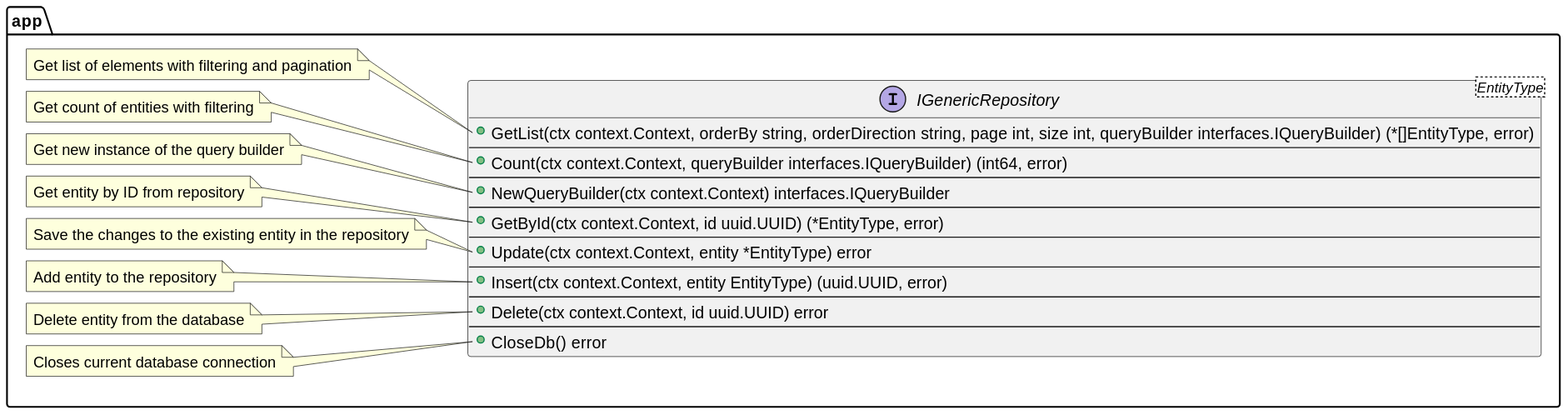
lf-edge/rol keeps this PlantUML diagram as docs/plantuml/interfaces/IGenericRepository.svg. Above is the earlier version.
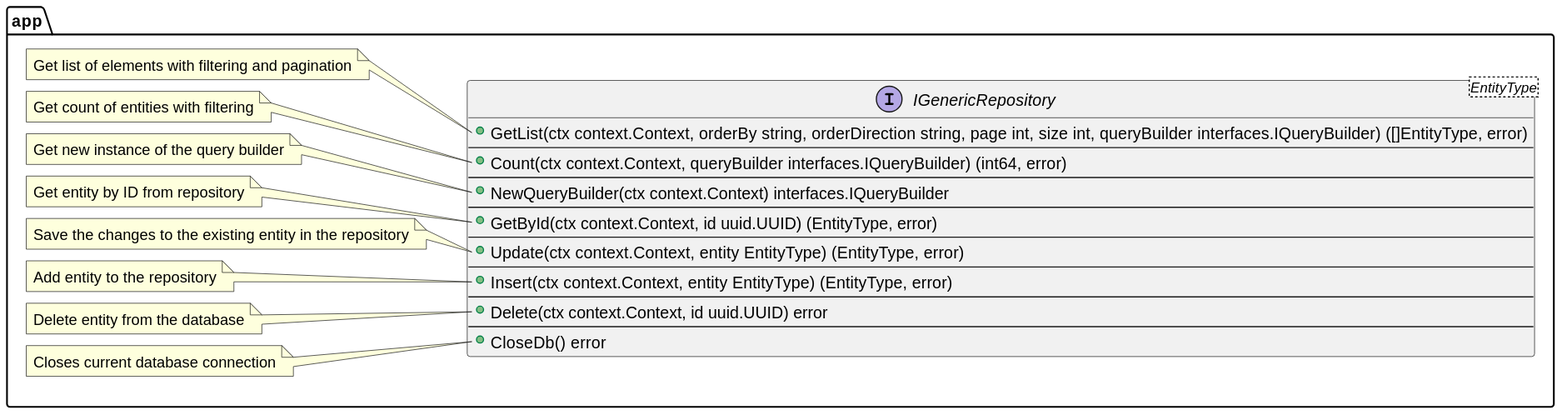
After the change.

What changed in the source:
```diff
@@ -2,17 +2,17 @@
 
 package app {
     interface IGenericRepository<EntityType> {
-        +GetList(ctx context.Context, orderBy string, orderDirection string, page int, size int, queryBuilder interfaces.IQueryBuilder) (*[]EntityType, error)
+        +GetList(ctx context.Context, orderBy string, orderDirection string, page int, size int, queryBuilder interfaces.IQueryBuilder) ([]EntityType, error)
         --
         +Count(ctx context.Context, queryBuilder interfaces.IQueryBuilder) (int64, error)
         --
         +NewQueryBuilder(ctx context.Context) interfaces.IQueryBuilder
         --
-        +GetById(ctx context.Context, id uuid.UUID) (*EntityType, error)
+        +GetById(ctx context.Context, id uuid.UUID) (EntityType, error)
         --
-        +Update(ctx context.Context, entity *EntityType) error
+        +Update(ctx context.Context, entity EntityType) (EntityType, error)
         --
-        +Insert(ctx context.Context, entity EntityType) (uuid.UUID, error)
+        +Insert(ctx context.Context, entity EntityType) (EntityType, error)
         --
         +Delete(ctx context.Context, id uuid.UUID) error
         --
```
